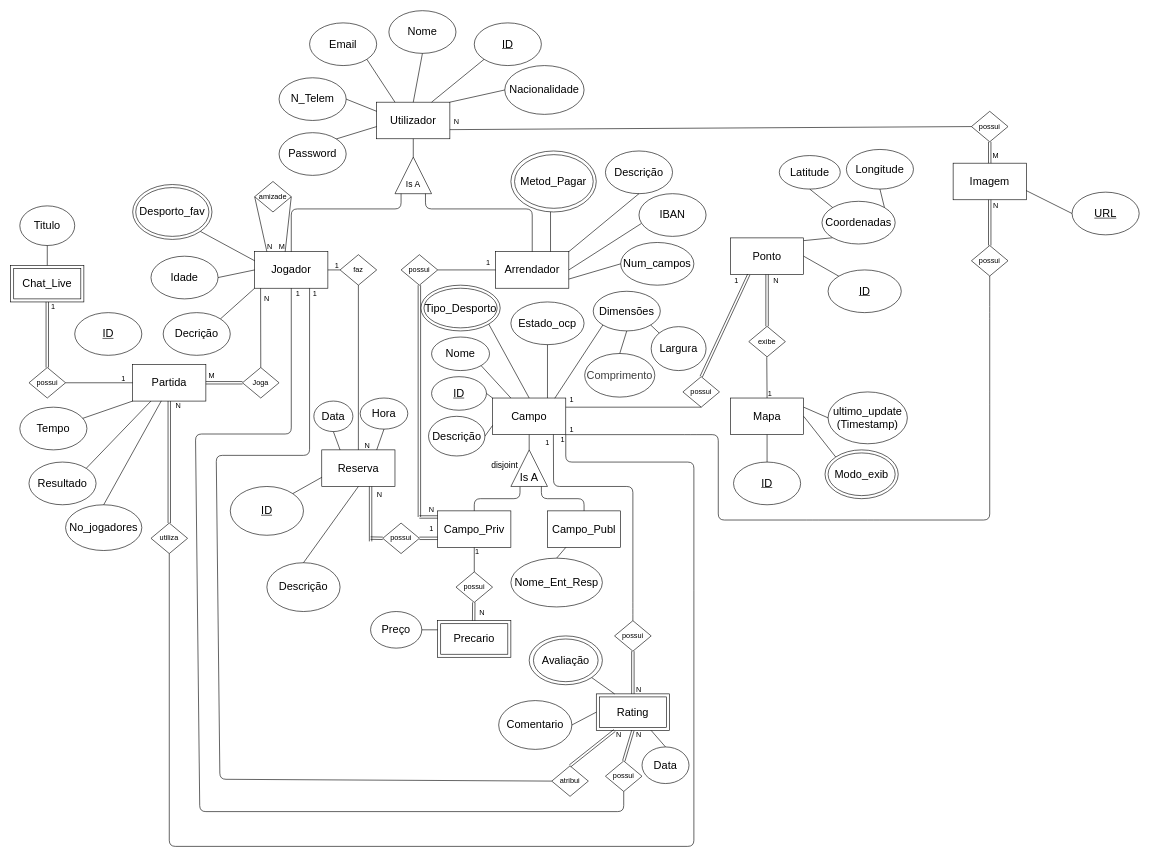
This is DER_SL.drawio from Paul-Y5/Projeto_SPORTSLINK-BD, a draw.io file, before an edit. Source tidied: cells renumbered, new cells numbered last; positions are measured from the earlier drawing's top-left corner, leaving out a move shared by most shapes. Both pictures are drawn from the tidied source at 61%, with x=0, y=0 at pixel (10, 10).
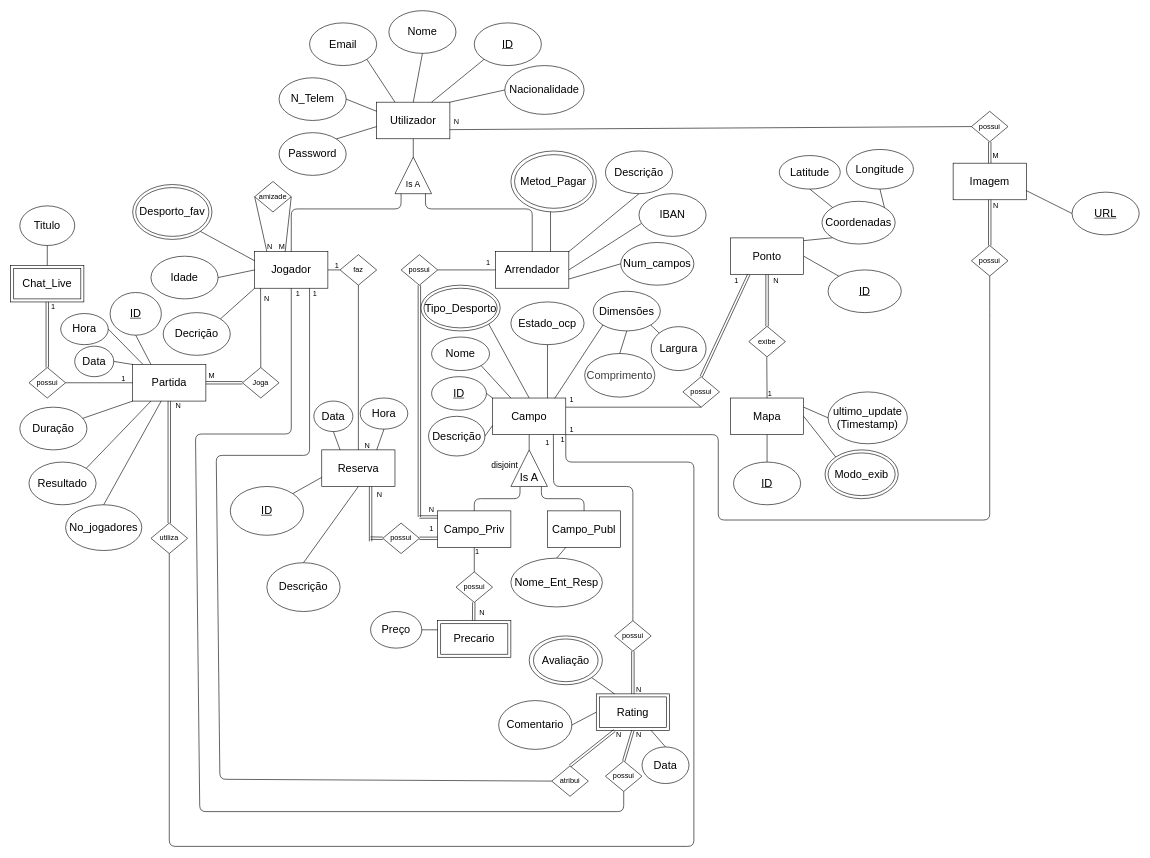
After the change.

Commit message (it also covers changes not shown here):
Ligeiras melhorias (Pronto)

The change refers to these unchanged cells:
```xml
<mxCell id="84" value="&lt;font style=&quot;font-size: 18px;&quot;&gt;Partida&lt;/font&gt;" style="rounded=0;whiteSpace=wrap;html=1;" parent="1" vertex="1">
  <mxGeometry x="200" y="580" width="120" height="60" as="geometry" />
</mxCell>
```

Change to the diagram source:
```diff
@@
     <mxCell id="114" value="&lt;span style=&quot;font-size: 18px;&quot;&gt;&lt;u&gt;ID&lt;/u&gt;&lt;/span&gt;" style="ellipse;whiteSpace=wrap;html=1;" parent="1" vertex="1">
-      <mxGeometry x="105" y="495" width="110" height="70" as="geometry" />
+      <mxGeometry x="163" y="462" width="84" height="70" as="geometry" />
     </mxCell>
@@
-    <mxCell id="117" value="&lt;span style=&quot;font-size: 18px;&quot;&gt;Tempo&lt;/span&gt;" style="ellipse;whiteSpace=wrap;html=1;" parent="1" vertex="1">
+    <mxCell id="117" value="&lt;span style=&quot;font-size: 18px;&quot;&gt;Duração&lt;/span&gt;" style="ellipse;whiteSpace=wrap;html=1;" parent="1" vertex="1">
       <mxGeometry x="15" y="650" width="110" height="70" as="geometry" />
     </mxCell>
@@
+    <mxCell id="197" style="endArrow=none;html=1;entryX=0.5;entryY=1;entryDx=0;entryDy=0;exitX=0.25;exitY=0;exitDx=0;exitDy=0;" parent="1" edge="1" source="84" target="114">
+      <mxGeometry relative="1" as="geometry" />
+    </mxCell>
+    <mxCell id="198" value="&lt;span style=&quot;font-size: 18px;&quot;&gt;Data&lt;/span&gt;" style="ellipse;whiteSpace=wrap;html=1;" parent="1" vertex="1">
+      <mxGeometry x="105" y="550" width="64" height="50" as="geometry" />
+    </mxCell>
+    <mxCell id="199" value="&lt;span style=&quot;font-size: 18px;&quot;&gt;Hora&lt;/span&gt;" style="ellipse;whiteSpace=wrap;html=1;" parent="1" vertex="1">
+      <mxGeometry x="82" y="496.5" width="78" height="51" as="geometry" />
+    </mxCell>
+    <mxCell id="200" style="endArrow=none;html=1;entryX=1;entryY=0.5;entryDx=0;entryDy=0;exitX=0.137;exitY=-0.008;exitDx=0;exitDy=0;exitPerimeter=0;" parent="1" edge="1" source="84" target="199">
+      <mxGeometry relative="1" as="geometry" />
+    </mxCell>
+    <mxCell id="201" style="endArrow=none;html=1;entryX=1;entryY=0.5;entryDx=0;entryDy=0;exitX=0;exitY=0;exitDx=0;exitDy=0;" parent="1" edge="1" source="84" target="198">
+      <mxGeometry relative="1" as="geometry" />
+    </mxCell>
```
